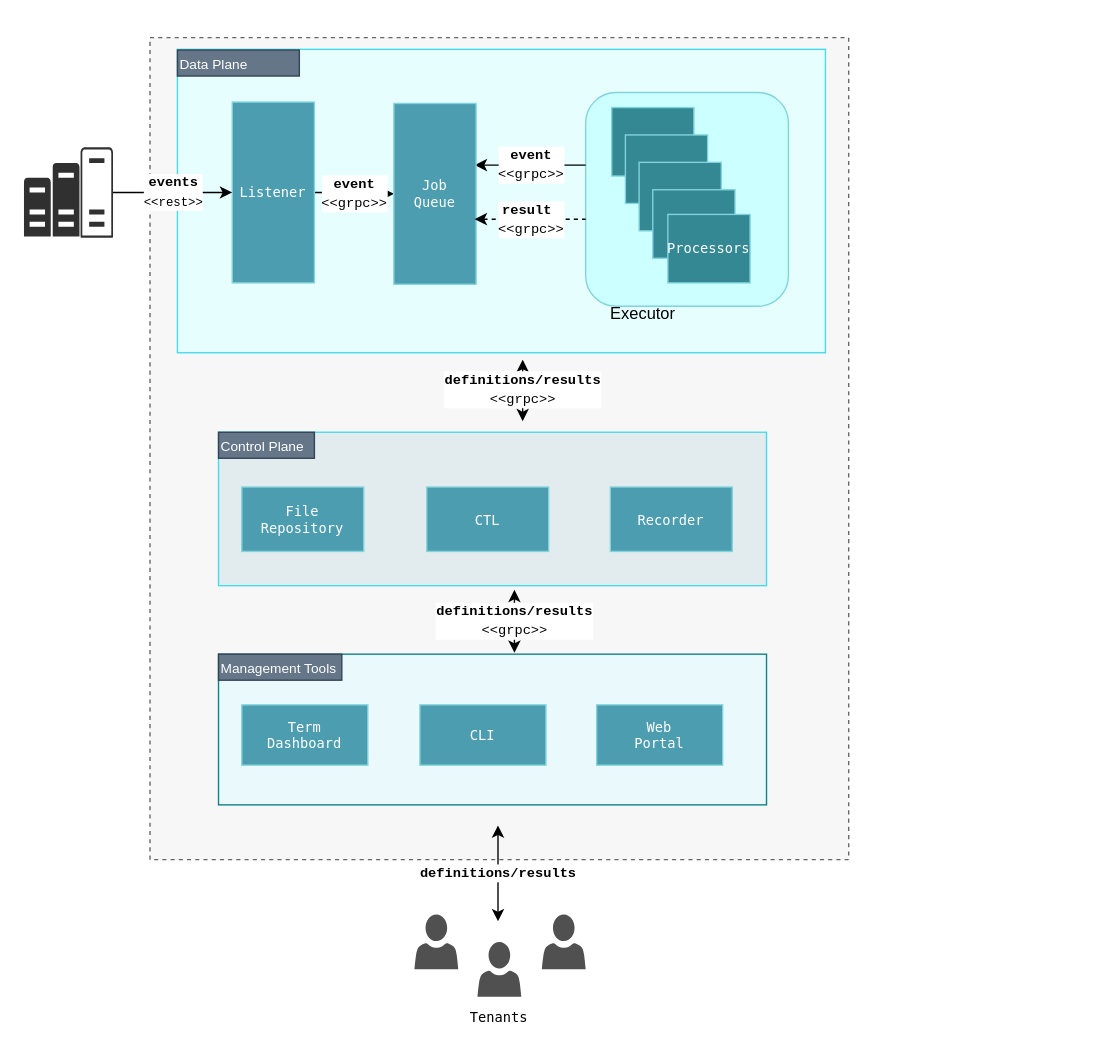
This is page "Architecture" (1 of 14) of docs/Jobico.drawio from andrescosta/jobico-fn, a draw.io file, before an edit. Source tidied: cells renumbered, new cells numbered last; positions are measured from the earlier drawing's top-left corner, leaving out a move shared by most shapes. Both pictures are drawn from the tidied source at 137%, with x=0, y=0 at pixel (23, 37).
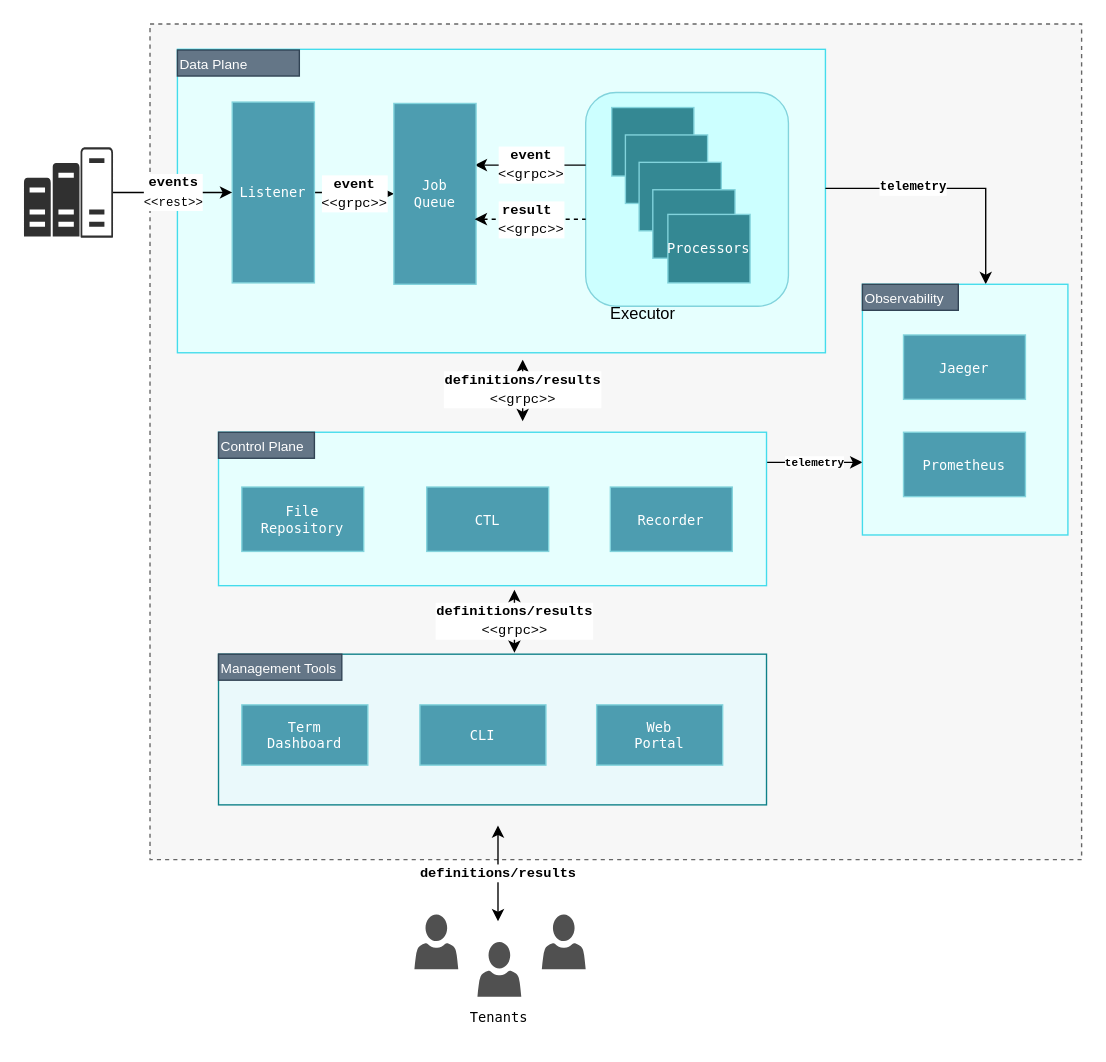
Above is the later version.

Unchanged cells that the change refers to:
```xml
<mxCell id="3" style="rounded=0;whiteSpace=wrap;html=1;fillColor=#E6FFFE;strokeColor=#43DCEC;" parent="1" vertex="1">
  <mxGeometry x="112" y="8.5" width="473" height="221.5" as="geometry" />
</mxCell>
```

The edit, as a diff of the source:
```diff
@@
     <mxCell id="2" style="rounded=0;whiteSpace=wrap;html=1;dashed=1;fillColor=#F7F7F7;fontColor=#333333;strokeColor=#666666;" parent="1" vertex="1">
-      <mxGeometry x="92" width="510" height="600" as="geometry" />
+      <mxGeometry x="92" y="-10" width="680" height="610" as="geometry" />
     </mxCell>
@@
+    <mxCell id="36" value="telemetry" style="edgeStyle=orthogonalEdgeStyle;rounded=0;jettySize=auto;html=1;strokeColor=default;strokeWidth=1;align=center;verticalAlign=middle;fontFamily=Courier New;fontSize=8;fontColor=default;fontStyle=1;labelBackgroundColor=#ffffff;elbow=horizontal;startArrow=none;startFill=0;startSize=6;endArrow=classic;endFill=1;endSize=6;" parent="1" edge="1" source="6" target="38">
+      <mxGeometry relative="1" as="geometry">
+        <Array as="points">
+          <mxPoint x="602" y="310" />
+          <mxPoint x="602" y="310" />
+        </Array>
+      </mxGeometry>
+    </mxCell>
-    <mxCell id="6" style="rounded=0;whiteSpace=wrap;html=1;fillColor=#E2ECEF;strokeColor=#43DCEC;" parent="1" vertex="1">
+    <mxCell id="6" style="rounded=0;whiteSpace=wrap;html=1;fillColor=#E6FFFE;strokeColor=#43DCEC;align=center;verticalAlign=middle;fontFamily=Helvetica;fontSize=12;fontColor=default;" parent="1" vertex="1">
       <mxGeometry x="142" y="288" width="400" height="112" as="geometry" />
     </mxCell>
@@
+    <mxCell id="37" value="telemetry" style="edgeStyle=orthogonalEdgeStyle;rounded=0;jettySize=auto;html=1;endArrow=none;endFill=0;startArrow=classic;startFill=1;strokeColor=default;strokeWidth=1;align=center;verticalAlign=middle;fontFamily=Courier New;fontSize=9;fontColor=default;fontStyle=1;labelBackgroundColor=#ffffff;elbow=horizontal;startSize=6;endSize=6;" parent="1" edge="1" source="38" target="3">
+      <mxGeometry x="0.32" relative="1" as="geometry">
+        <Array as="points">
+          <mxPoint x="702" y="110" />
+        </Array>
+      </mxGeometry>
+    </mxCell>
+    <mxCell id="38" style="rounded=0;whiteSpace=wrap;html=1;fillColor=#E6FFFE;strokeColor=#43DCEC;align=center;verticalAlign=middle;fontFamily=Helvetica;fontSize=12;fontColor=default;" parent="1" vertex="1">
+      <mxGeometry x="612" y="180" width="150" height="183" as="geometry" />
+    </mxCell>
+    <mxCell id="39" value="Observability" style="rounded=0;whiteSpace=wrap;html=1;align=left;fillColor=#647687;fontColor=#ffffff;strokeColor=#314354;fontSize=10;" parent="1" vertex="1">
+      <mxGeometry x="612" y="180" width="70" height="19" as="geometry" />
+    </mxCell>
+    <mxCell id="40" value="Jaeger" style="rounded=0;whiteSpace=wrap;html=1;fillColor=#4D9DB0;strokeColor=#82D3DC;fontColor=#FFFFFF;align=center;verticalAlign=middle;fontFamily=Lucida Console;fontSize=10;" parent="1" vertex="1">
+      <mxGeometry x="642" y="217" width="89" height="47" as="geometry" />
+    </mxCell>
+    <mxCell id="41" value="Prometheus" style="rounded=0;whiteSpace=wrap;html=1;fillColor=#4D9DB0;strokeColor=#82D3DC;fontColor=#FFFFFF;align=center;verticalAlign=middle;fontFamily=Lucida Console;fontSize=10;" parent="1" vertex="1">
+      <mxGeometry x="642" y="288" width="89" height="47" as="geometry" />
+    </mxCell>
```
